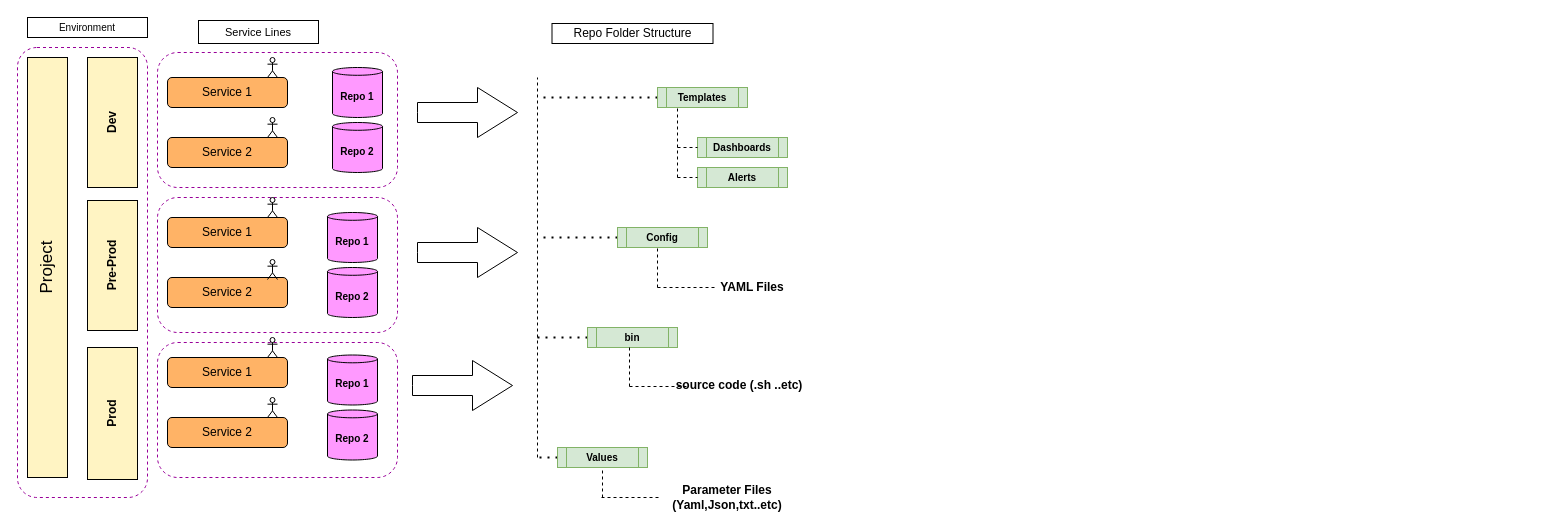
Above: Repo_Design.drawio in Bhoopesh123/kubernetes (draw.io), before the change. Source tidied: cells renumbered, new cells numbered last; positions are measured from the earlier drawing's top-left corner, leaving out a move shared by most shapes. Both pictures are drawn from the tidied source at 100%, with x=0, y=0 at pixel (17, 17).
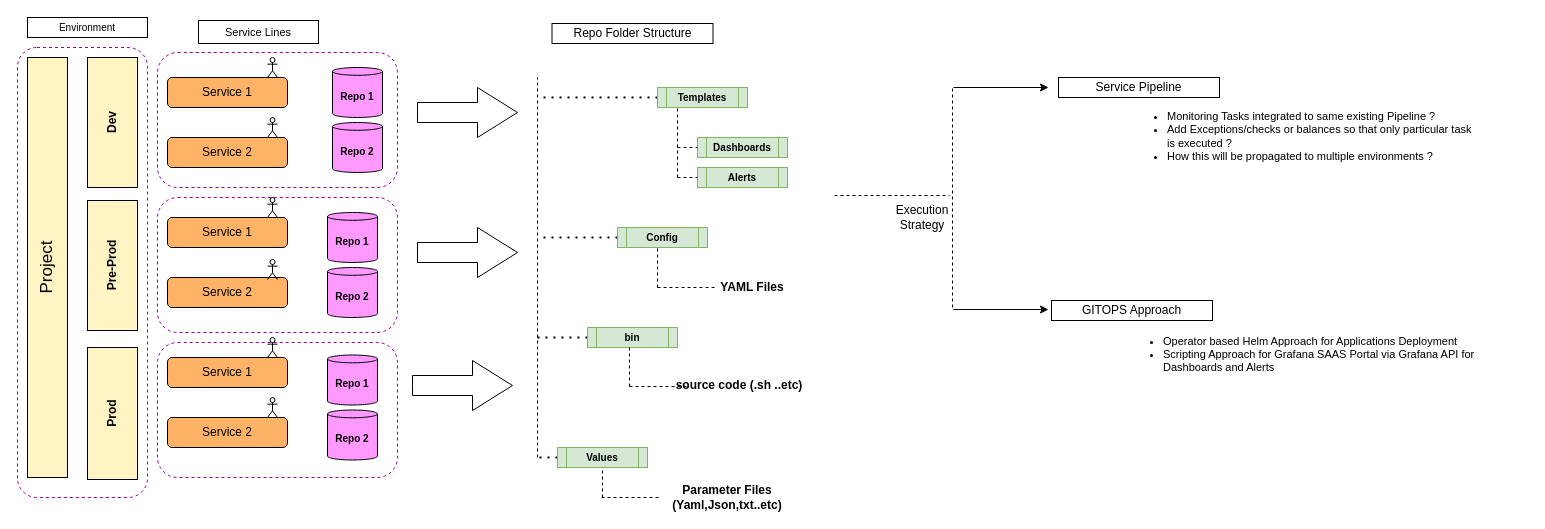
After the change.

Diff of the diagram source:
```diff
@@
+    <mxCell id="57" style="endArrow=none;dashed=1;html=1;" parent="1" edge="1">
+      <mxGeometry relative="1" as="geometry">
+        <mxPoint x="817" y="178" as="sourcePoint" />
+        <mxPoint x="932" y="178" as="targetPoint" />
+      </mxGeometry>
+    </mxCell>
+    <mxCell id="58" style="endArrow=none;dashed=1;html=1;" parent="1" edge="1">
+      <mxGeometry relative="1" as="geometry">
+        <mxPoint x="935" y="290" as="sourcePoint" />
+        <mxPoint x="935" y="68" as="targetPoint" />
+      </mxGeometry>
+    </mxCell>
+    <mxCell id="59" style="endArrow=classic;html=1;" parent="1" edge="1">
+      <mxGeometry relative="1" as="geometry">
+        <mxPoint x="936" y="70" as="sourcePoint" />
+        <mxPoint x="1031" y="70" as="targetPoint" />
+      </mxGeometry>
+    </mxCell>
+    <mxCell id="60" style="endArrow=classic;html=1;" parent="1" edge="1">
+      <mxGeometry relative="1" as="geometry">
+        <mxPoint x="936" y="292" as="sourcePoint" />
+        <mxPoint x="1031" y="292" as="targetPoint" />
+      </mxGeometry>
+    </mxCell>
+    <mxCell id="61" value="Service Pipeline" style="text;html=1;fillColor=none;align=center;verticalAlign=middle;whiteSpace=wrap;rounded=0;fontSize=12;strokeColor=#000000;" parent="1" vertex="1">
+      <mxGeometry x="1041" y="60" width="161" height="20" as="geometry" />
+    </mxCell>
+    <mxCell id="62" value="&lt;ul style=&quot;font-size: 11px&quot;&gt;&lt;li&gt;Monitoring Tasks integrated to same existing Pipeline ?&lt;/li&gt;&lt;li&gt;Add Exceptions/checks or balances so that only particular task is executed ?&lt;/li&gt;&lt;li&gt;How this will be propagated to multiple environments ?&lt;/li&gt;&lt;/ul&gt;" style="text;html=1;strokeColor=none;fillColor=none;align=left;verticalAlign=middle;whiteSpace=wrap;rounded=0;fontSize=12;" parent="1" vertex="1">
+      <mxGeometry x="1108" y="109" width="357" height="20" as="geometry" />
+    </mxCell>
+    <mxCell id="63" value="GITOPS Approach" style="text;html=1;fillColor=none;align=center;verticalAlign=middle;whiteSpace=wrap;rounded=0;fontSize=12;strokeColor=#000000;" parent="1" vertex="1">
+      <mxGeometry x="1034" y="283" width="161" height="20" as="geometry" />
+    </mxCell>
+    <mxCell id="64" value="&lt;ul style=&quot;font-size: 11px&quot;&gt;&lt;li&gt;Operator based Helm Approach for Applications Deployment&lt;/li&gt;&lt;li&gt;Scripting Approach for Grafana SAAS Portal via Grafana API for Dashboards and Alerts&lt;/li&gt;&lt;/ul&gt;" style="text;html=1;strokeColor=none;fillColor=none;align=left;verticalAlign=middle;whiteSpace=wrap;rounded=0;fontSize=12;" parent="1" vertex="1">
+      <mxGeometry x="1104" y="327" width="406" height="20" as="geometry" />
+    </mxCell>
+    <mxCell id="65" value="Execution &lt;br&gt;Strategy" style="text;html=1;strokeColor=none;fillColor=none;align=center;verticalAlign=middle;whiteSpace=wrap;rounded=0;fontSize=12;" parent="1" vertex="1">
+      <mxGeometry x="840" y="190" width="130" height="20" as="geometry" />
+    </mxCell>
```
